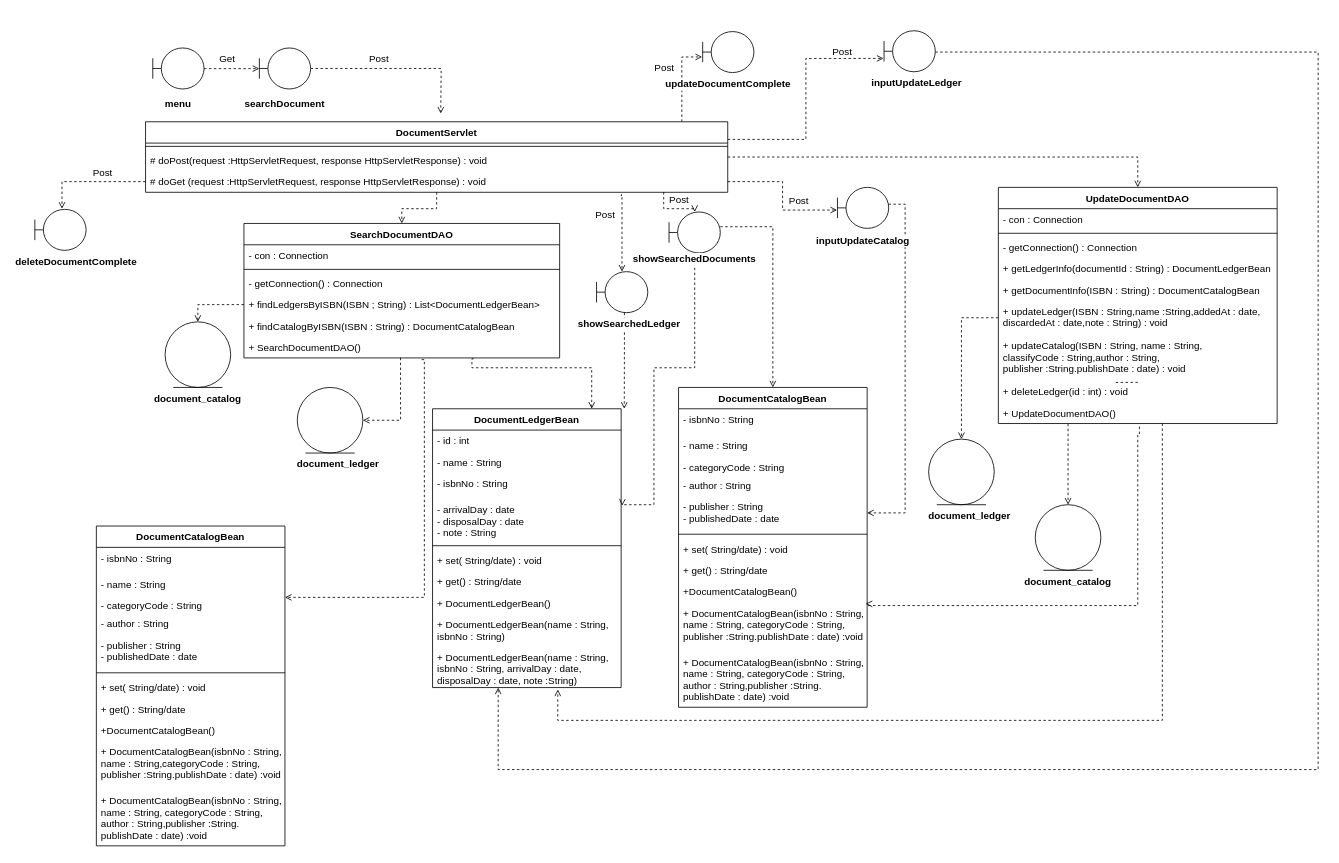
Above: page "資料検索・更新・削除" (2 of 2) of 開発演習ドキュメント/図書管理システム/成果物テンプレート/30_内部設計/クラス図/資料管理.drawio in LovesPython/LibraryManagementSystem (draw.io), before the change. Source tidied: cells renumbered, new cells numbered last; positions are measured from the earlier drawing's top-left corner, leaving out a move shared by most shapes. Both pictures are drawn from the tidied source at 82%, with x=0, y=0 at pixel (14, 30).
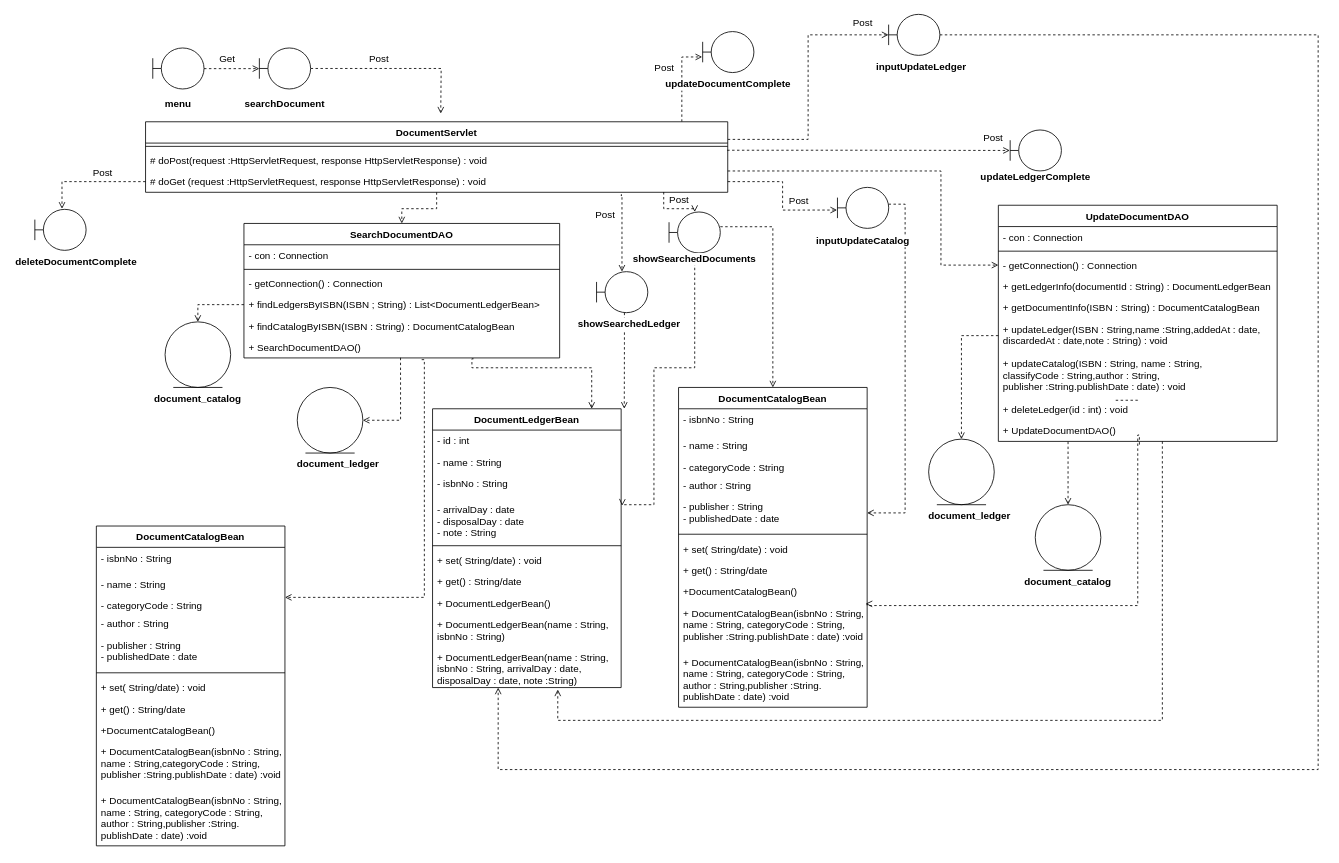
After the change.

Unchanged cells that the change refers to:
```xml
<mxCell id="9" value="DocumentServlet" style="swimlane;fontStyle=1;align=center;verticalAlign=top;horizontal=1;startSize=26;labelBackgroundColor=#ffffff;" parent="1" vertex="1">
  <mxGeometry x="160" y="111" width="710" height="86" as="geometry" />
</mxCell>
<mxCell id="11" value="# doPost(request :HttpServletRequest, response HttpServletResponse) : void" style="text;strokeColor=none;fillColor=none;align=left;verticalAlign=top;spacingLeft=4;spacingRight=4;overflow=hidden;points=[[0,0.5],[1,0.5]];portConstraint=eastwest;" parent="9" vertex="1">
  <mxGeometry y="34" width="710" height="26" as="geometry" />
</mxCell>
<mxCell id="44" value="- getConnection() : Connection" style="text;strokeColor=none;fillColor=none;align=left;verticalAlign=top;spacingLeft=4;spacingRight=4;overflow=hidden;points=[[0,0.5],[1,0.5]];portConstraint=eastwest;" parent="41" vertex="1">
  <mxGeometry y="60" width="340" height="26" as="geometry" />
</mxCell>
<mxCell id="81" value="+ DocumentLedgerBean(name : String, &#10;isbnNo : String, arrivalDay : date,&#10;disposalDay : date, note :String)" style="text;strokeColor=none;fillColor=none;align=left;verticalAlign=top;spacingLeft=4;spacingRight=4;overflow=hidden;points=[[0,0.5],[1,0.5]];portConstraint=eastwest;" parent="71" vertex="1">
  <mxGeometry y="290" width="230" height="50" as="geometry" />
</mxCell>
```

Diff of the diagram source:
```diff
@@
-    <mxCell id="3" style="edgeStyle=orthogonalEdgeStyle;rounded=0;jettySize=auto;html=1;entryX=-0.011;entryY=0.675;entryDx=0;entryDy=0;entryPerimeter=0;dashed=1;endArrow=open;endFill=0;exitX=1;exitY=0.25;exitDx=0;exitDy=0;" parent="1" edge="1" source="9" target="20">
-      <mxGeometry relative="1" as="geometry" />
+    <mxCell id="3" style="edgeStyle=orthogonalEdgeStyle;rounded=0;jettySize=auto;html=1;dashed=1;endArrow=open;endFill=0;exitX=1;exitY=0.25;exitDx=0;exitDy=0;" parent="1" edge="1" source="9">
+      <mxGeometry relative="1" as="geometry">
+        <mxPoint x="1066" y="5" as="targetPoint" />
+        <Array as="points">
+          <mxPoint x="968" y="133" />
+          <mxPoint x="968" y="5" />
+          <mxPoint x="1066" y="5" />
+        </Array>
+      </mxGeometry>
     </mxCell>
@@
-    <mxCell id="6" style="edgeStyle=orthogonalEdgeStyle;rounded=0;jettySize=auto;html=1;dashed=1;endArrow=open;endFill=0;entryX=0.5;entryY=0;entryDx=0;entryDy=0;" parent="1" edge="1" source="9" target="41">
-      <mxGeometry relative="1" as="geometry" />
+    <mxCell id="6" style="edgeStyle=orthogonalEdgeStyle;rounded=0;jettySize=auto;html=1;dashed=1;endArrow=open;endFill=0;entryX=0;entryY=0.5;entryDx=0;entryDy=0;" parent="1" edge="1" source="9" target="44">
+      <mxGeometry relative="1" as="geometry">
+        <Array as="points">
+          <mxPoint x="1130" y="171" />
+          <mxPoint x="1130" y="286" />
+        </Array>
+      </mxGeometry>
     </mxCell>
@@
     <mxCell id="19" style="edgeStyle=orthogonalEdgeStyle;rounded=0;jettySize=auto;html=1;dashed=1;endArrow=open;endFill=0;entryX=0.348;entryY=1;entryDx=0;entryDy=0;entryPerimeter=0;" parent="1" edge="1" source="20" target="81">
       <mxGeometry relative="1" as="geometry">
         <Array as="points">
-          <mxPoint x="1590" y="26" />
+          <mxPoint x="1590" y="5" />
           <mxPoint x="1590" y="901" />
           <mxPoint x="590" y="901" />
         </Array>
       </mxGeometry>
     </mxCell>
     <mxCell id="20" style="shape=umlBoundary;whiteSpace=wrap;html=1;labelBackgroundColor=#ffffff;" parent="1" vertex="1">
-      <mxGeometry x="1060.6" width="62.5" height="50" as="geometry" />
+      <mxGeometry x="1066.2" y="-20" width="62.5" height="50" as="geometry" />
     </mxCell>
     <mxCell id="21" value="inputUpdateLedger" style="text;align=center;fontStyle=1;verticalAlign=middle;spacingLeft=3;spacingRight=3;strokeColor=none;labelBackgroundColor=#ffffff;" parent="1" vertex="1">
-      <mxGeometry x="1060.6" y="50" width="80" height="26" as="geometry" />
+      <mxGeometry x="1066.2" y="30" width="80" height="26" as="geometry" />
     </mxCell>
@@
     <mxCell id="41" value="UpdateDocumentDAO" style="swimlane;fontStyle=1;align=center;verticalAlign=top;horizontal=1;startSize=26;labelBackgroundColor=#ffffff;" parent="1" vertex="1">
-      <mxGeometry x="1200" y="191" width="340" height="288" as="geometry" />
+      <mxGeometry x="1200" y="212.8" width="340" height="288" as="geometry" />
     </mxCell>
@@
     <mxCell id="109" value="Post" style="text;html=1;strokeColor=none;fillColor=none;align=center;verticalAlign=middle;whiteSpace=wrap;rounded=0;" parent="1" vertex="1">
-      <mxGeometry x="990" y="16" width="40" height="20" as="geometry" />
+      <mxGeometry x="1015" y="-19" width="40" height="20" as="geometry" />
     </mxCell>
@@
+    <mxCell id="114" style="shape=umlBoundary;whiteSpace=wrap;html=1;labelBackgroundColor=#ffffff;" parent="1" vertex="1">
+      <mxGeometry x="1214.4" y="121" width="62.5" height="50" as="geometry" />
+    </mxCell>
+    <mxCell id="115" value="updateLedgerComplete" style="text;align=center;fontStyle=1;verticalAlign=middle;spacingLeft=3;spacingRight=3;strokeColor=none;labelBackgroundColor=#ffffff;" parent="1" vertex="1">
+      <mxGeometry x="1195" y="165" width="101.2" height="26" as="geometry" />
+    </mxCell>
+    <mxCell id="116" style="edgeStyle=orthogonalEdgeStyle;rounded=0;jettySize=auto;html=1;dashed=1;endArrow=open;endFill=0;exitX=0.999;exitY=0.028;exitDx=0;exitDy=0;exitPerimeter=0;" parent="1" edge="1" source="11">
+      <mxGeometry relative="1" as="geometry">
+        <mxPoint x="1214" y="146" as="targetPoint" />
+        <Array as="points">
+          <mxPoint x="1044" y="146" />
+          <mxPoint x="1214" y="146" />
+        </Array>
+      </mxGeometry>
+    </mxCell>
+    <mxCell id="117" value="Post" style="text;html=1;strokeColor=none;fillColor=none;align=center;verticalAlign=middle;whiteSpace=wrap;rounded=0;" parent="1" vertex="1">
+      <mxGeometry x="1174.4" y="121" width="40" height="20" as="geometry" />
+    </mxCell>
```
